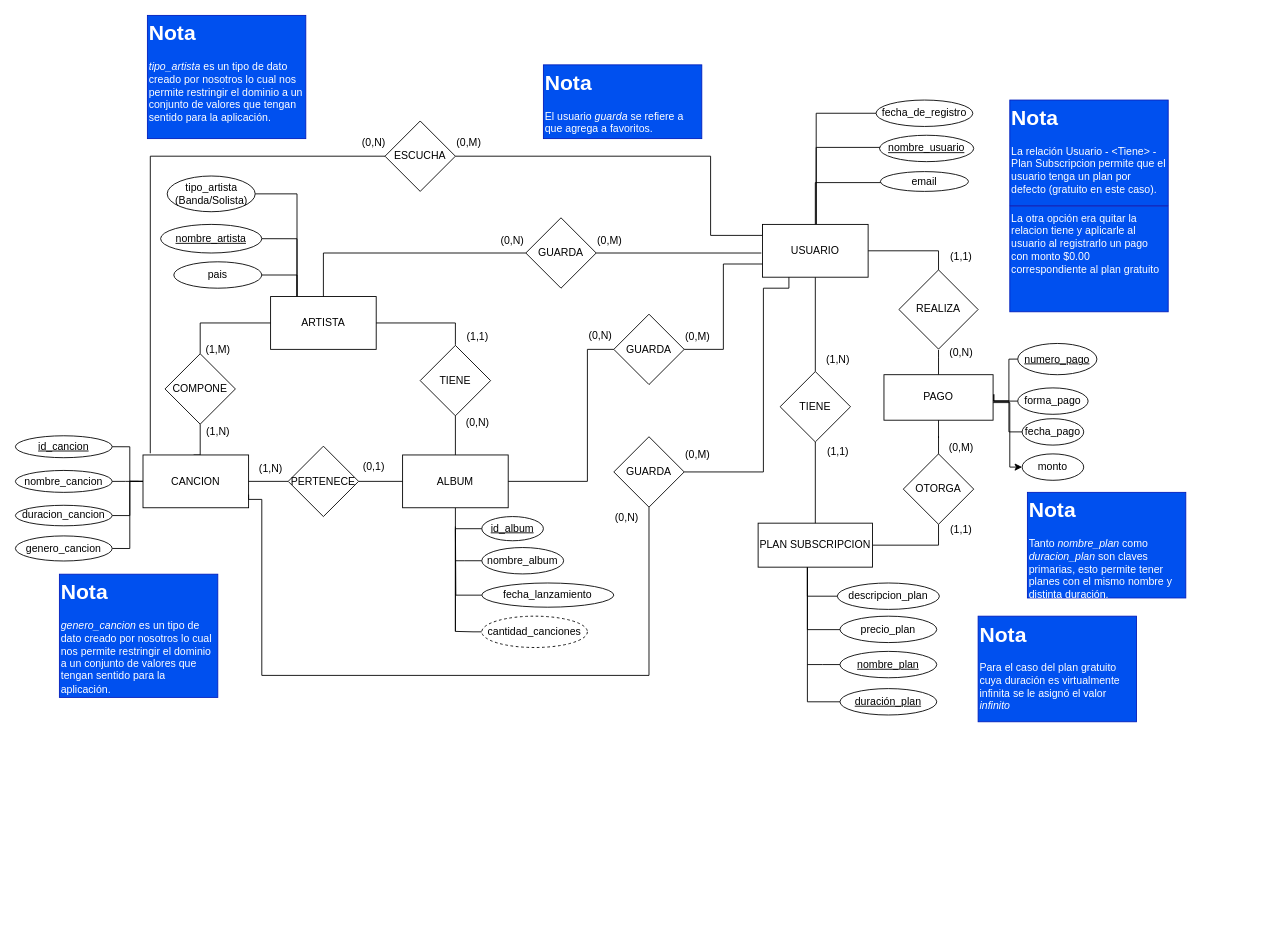
The draw.io diagram TP_Musica.drawio in NachoSco/TP_BDD, before the edit. Source tidied: cells renumbered, new cells numbered last; positions are measured from the earlier drawing's top-left corner, leaving out a move shared by most shapes. Both pictures are drawn from the tidied source at 88%, with x=0, y=0 at pixel (15, 15).
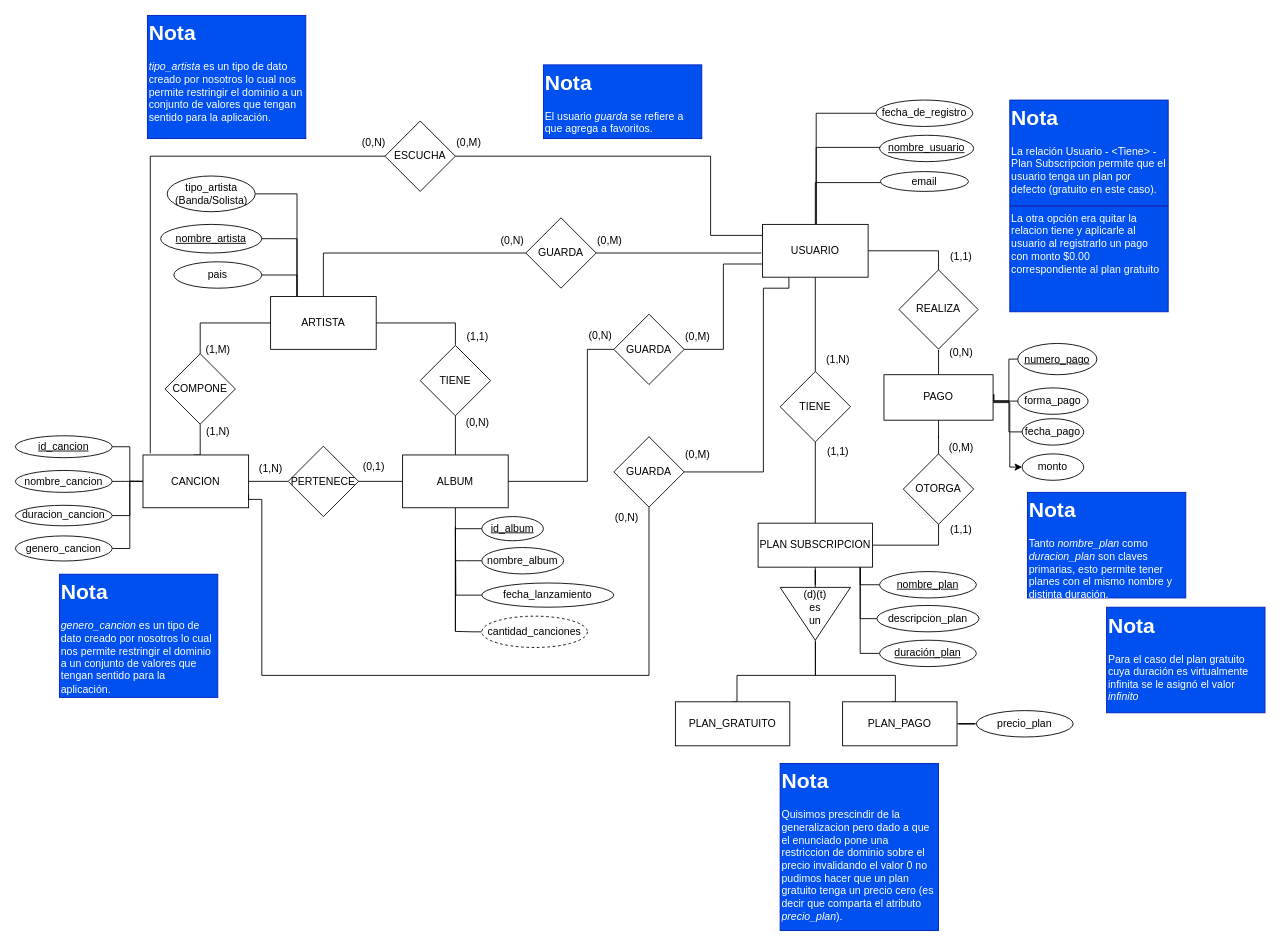
The same diagram, later.

Commit message:
Agregada nota al DER, Arreglado typo en Modelo Relacional

Unchanged cells that the change refers to:
```xml
<mxCell id="18" value="PLAN SUBSCRIPCION" style="rounded=0;whiteSpace=wrap;html=1;" parent="1" vertex="1">
  <mxGeometry x="844" y="577" width="130" height="50" as="geometry" />
</mxCell>
```

The edit, as a diff of the source:
```diff
@@
-    <mxCell id="14" style="edgeStyle=orthogonalEdgeStyle;rounded=0;jettySize=auto;html=1;entryX=0;entryY=0.5;entryDx=0;entryDy=0;endArrow=none;startFill=0;" parent="1" edge="1" source="18" target="52">
-      <mxGeometry relative="1" as="geometry">
-        <Array as="points">
-          <mxPoint x="900" y="698" />
-          <mxPoint x="994" y="698" />
-        </Array>
-      </mxGeometry>
-    </mxCell>
-    <mxCell id="15" style="edgeStyle=orthogonalEdgeStyle;rounded=0;jettySize=auto;html=1;entryX=0;entryY=0.5;entryDx=0;entryDy=0;endArrow=none;startFill=0;" parent="1" edge="1" source="18" target="38">
-      <mxGeometry relative="1" as="geometry">
-        <Array as="points">
-          <mxPoint x="900" y="660" />
-        </Array>
-      </mxGeometry>
-    </mxCell>
@@
+    <mxCell id="111" style="edgeStyle=orthogonalEdgeStyle;rounded=0;jettySize=auto;html=1;entryX=0;entryY=0.5;entryDx=0;entryDy=0;endArrow=none;startFill=0;" parent="1" edge="1" source="18" target="116">
+      <mxGeometry relative="1" as="geometry" />
+    </mxCell>
+    <mxCell id="112" style="edgeStyle=orthogonalEdgeStyle;rounded=0;jettySize=auto;html=1;entryX=0;entryY=0.5;entryDx=0;entryDy=0;endArrow=none;startFill=0;" parent="1" edge="1" source="18" target="40">
+      <mxGeometry relative="1" as="geometry">
+        <Array as="points">
+          <mxPoint x="960" y="647" />
+        </Array>
+      </mxGeometry>
+    </mxCell>
+    <mxCell id="113" style="edgeStyle=orthogonalEdgeStyle;rounded=0;orthogonalLoop=1;jettySize=auto;html=1;entryX=0;entryY=0.5;entryDx=0;entryDy=0;endArrow=none;startFill=0;" parent="1" edge="1">
+      <mxGeometry relative="1" as="geometry">
+        <mxPoint x="960" y="627" as="sourcePoint" />
+        <mxPoint x="980" y="685.5" as="targetPoint" />
+        <Array as="points">
+          <mxPoint x="960" y="686" />
+        </Array>
+      </mxGeometry>
+    </mxCell>
     <mxCell id="17" style="edgeStyle=orthogonalEdgeStyle;rounded=0;jettySize=auto;html=1;entryX=0;entryY=0.5;entryDx=0;entryDy=0;endArrow=none;startFill=0;" parent="1" edge="1" source="18" target="101">
       <mxGeometry relative="1" as="geometry">
         <Array as="points">
-          <mxPoint x="900" y="780" />
+          <mxPoint x="960" y="725" />
         </Array>
       </mxGeometry>
     </mxCell>
@@
     <mxCell id="38" value="descripcion_plan" style="ellipse;whiteSpace=wrap;html=1;" parent="1" vertex="1">
-      <mxGeometry x="934" y="645" width="116" height="30" as="geometry" />
+      <mxGeometry x="979" y="670.5" width="116" height="30" as="geometry" />
     </mxCell>
-    <mxCell id="39" style="edgeStyle=orthogonalEdgeStyle;rounded=0;jettySize=auto;html=1;endArrow=none;startFill=0;" parent="1" edge="1" source="40">
-      <mxGeometry relative="1" as="geometry">
-        <mxPoint x="900" y="737.7" as="targetPoint" />
-      </mxGeometry>
-    </mxCell>
     <mxCell id="40" value="&lt;u&gt;nombre_plan&lt;/u&gt;" style="ellipse;whiteSpace=wrap;html=1;" parent="1" vertex="1">
-      <mxGeometry x="937" y="722.7" width="110" height="30" as="geometry" />
+      <mxGeometry x="982" y="632" width="110" height="30" as="geometry" />
     </mxCell>
@@
     <mxCell id="52" value="precio_plan" style="ellipse;whiteSpace=wrap;html=1;" parent="1" vertex="1">
-      <mxGeometry x="937" y="682.7" width="110" height="30" as="geometry" />
+      <mxGeometry x="1092" y="790" width="110" height="30" as="geometry" />
     </mxCell>
@@
     <mxCell id="101" value="&lt;u&gt;duración_plan&lt;/u&gt;" style="ellipse;whiteSpace=wrap;html=1;" parent="1" vertex="1">
-      <mxGeometry x="937" y="765" width="110" height="30" as="geometry" />
+      <mxGeometry x="982" y="710" width="110" height="30" as="geometry" />
     </mxCell>
@@
     <mxCell id="103" value="&lt;h1 style=&quot;margin-top: 0px;&quot;&gt;Nota&lt;/h1&gt;&lt;p&gt;Para el caso del plan gratuito cuya duración es virtualmente infinita se le asignó el valor &lt;i&gt;infinito&lt;/i&gt;&lt;/p&gt;" style="text;html=1;whiteSpace=wrap;overflow=hidden;rounded=0;fillColor=#0050ef;fontColor=#ffffff;strokeColor=#001DBC;" parent="1" vertex="1">
-      <mxGeometry x="1094" y="682.7" width="180" height="120" as="geometry" />
+      <mxGeometry x="1240" y="672.5" width="180" height="120" as="geometry" />
     </mxCell>
@@
+    <mxCell id="114" style="edgeStyle=orthogonalEdgeStyle;rounded=0;jettySize=auto;html=1;entryX=0.5;entryY=0;entryDx=0;entryDy=0;endArrow=none;startFill=0;exitX=1.025;exitY=0.498;exitDx=0;exitDy=0;exitPerimeter=0;" parent="1" edge="1" source="116">
+      <mxGeometry relative="1" as="geometry">
+        <mxPoint x="996" y="780" as="targetPoint" />
+        <Array as="points">
+          <mxPoint x="909" y="750" />
+          <mxPoint x="1000" y="750" />
+          <mxPoint x="1000" y="780" />
+        </Array>
+      </mxGeometry>
+    </mxCell>
+    <mxCell id="115" style="edgeStyle=orthogonalEdgeStyle;rounded=0;jettySize=auto;html=1;entryX=0.5;entryY=0;entryDx=0;entryDy=0;endArrow=none;startFill=0;exitX=1;exitY=0.5;exitDx=0;exitDy=0;" parent="1" edge="1" source="116" target="117">
+      <mxGeometry relative="1" as="geometry">
+        <Array as="points">
+          <mxPoint x="909" y="750" />
+          <mxPoint x="820" y="750" />
+          <mxPoint x="820" y="780" />
+        </Array>
+      </mxGeometry>
+    </mxCell>
+    <mxCell id="116" value="&lt;div&gt;(d)(t)&lt;/div&gt;es&lt;div&gt;un&lt;/div&gt;&lt;div&gt;&lt;br&gt;&lt;/div&gt;" style="triangle;whiteSpace=wrap;html=1;direction=south;" parent="1" vertex="1">
+      <mxGeometry x="869" y="650" width="80" height="60" as="geometry" />
+    </mxCell>
+    <mxCell id="117" value="PLAN_GRATUITO" style="rounded=0;whiteSpace=wrap;html=1;" parent="1" vertex="1">
+      <mxGeometry x="750" y="780" width="130" height="50" as="geometry" />
+    </mxCell>
+    <mxCell id="118" style="edgeStyle=orthogonalEdgeStyle;rounded=0;jettySize=auto;html=1;entryX=0;entryY=0.5;entryDx=0;entryDy=0;endArrow=none;startFill=0;" parent="1" edge="1" source="119" target="52">
+      <mxGeometry relative="1" as="geometry" />
+    </mxCell>
+    <mxCell id="119" value="PLAN_PAGO" style="rounded=0;whiteSpace=wrap;html=1;" parent="1" vertex="1">
+      <mxGeometry x="940" y="780" width="130" height="50" as="geometry" />
+    </mxCell>
+    <mxCell id="120" value="&lt;h1 style=&quot;margin-top: 0px;&quot;&gt;Nota&lt;/h1&gt;&lt;p&gt;Quisimos prescindir de la generalizacion pero dado a que el enunciado pone una restriccion de dominio sobre el precio invalidando el valor 0 no pudimos hacer que un plan gratuito tenga un precio cero (es decir que comparta el atributo &lt;i&gt;precio_plan&lt;/i&gt;).&lt;/p&gt;" style="text;html=1;whiteSpace=wrap;overflow=hidden;rounded=0;fillColor=#0050ef;fontColor=#ffffff;strokeColor=#001DBC;" parent="1" vertex="1">
+      <mxGeometry x="869" y="850" width="180" height="190" as="geometry" />
+    </mxCell>
```
